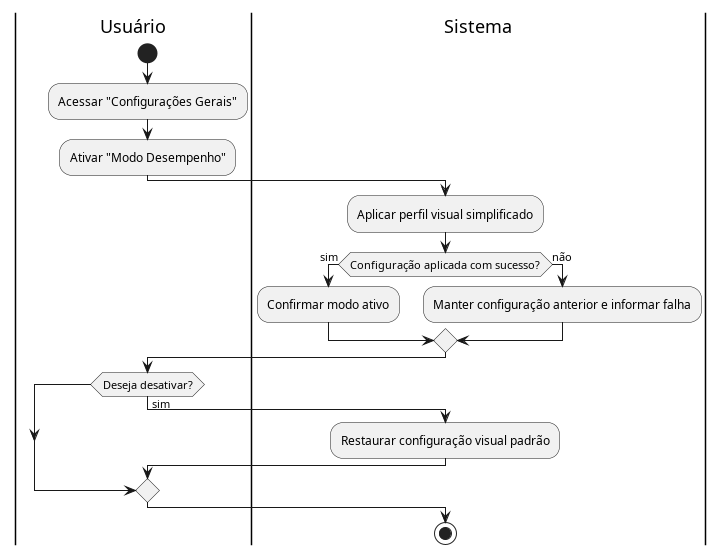
Before: docs/casosUso/imagens/diagramas_atividade/diagrama_UC15.png, a diagram exported from PlantUML (aspiringluke/Projeto-Integrado-Mobile).
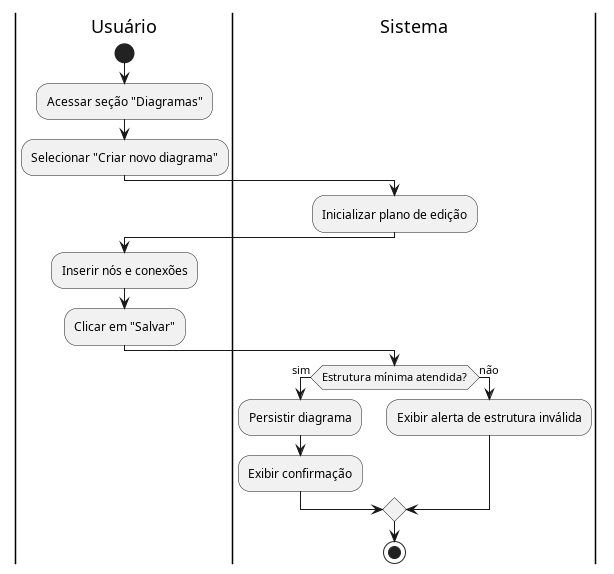
After the change.

What changed in the source:
```diff
@@ -2,22 +2,22 @@
 
 |Usuário|
 start
-:Acessar "Configurações Gerais";
-:Ativar "Modo Desempenho";
+:Acessar seção "Diagramas";
+:Selecionar "Criar novo diagrama";
 
 |Sistema|
-:Aplicar perfil visual simplificado;
-
-if (Configuração aplicada com sucesso?) then (sim)
-  :Confirmar modo ativo;
-else (não)
-  :Manter configuração anterior e informar falha;
-endif
+:Inicializar plano de edição;
 
 |Usuário|
-if (Deseja desativar?) then (sim)
-  |Sistema|
-  :Restaurar configuração visual padrão;
+:Inserir nós e conexões;
+:Clicar em "Salvar";
+
+|Sistema|
+if (Estrutura mínima atendida?) then (sim)
+  :Persistir diagrama;
+  :Exibir confirmação;
+else (não)
+  :Exibir alerta de estrutura inválida;
 endif
 
 stop
```
